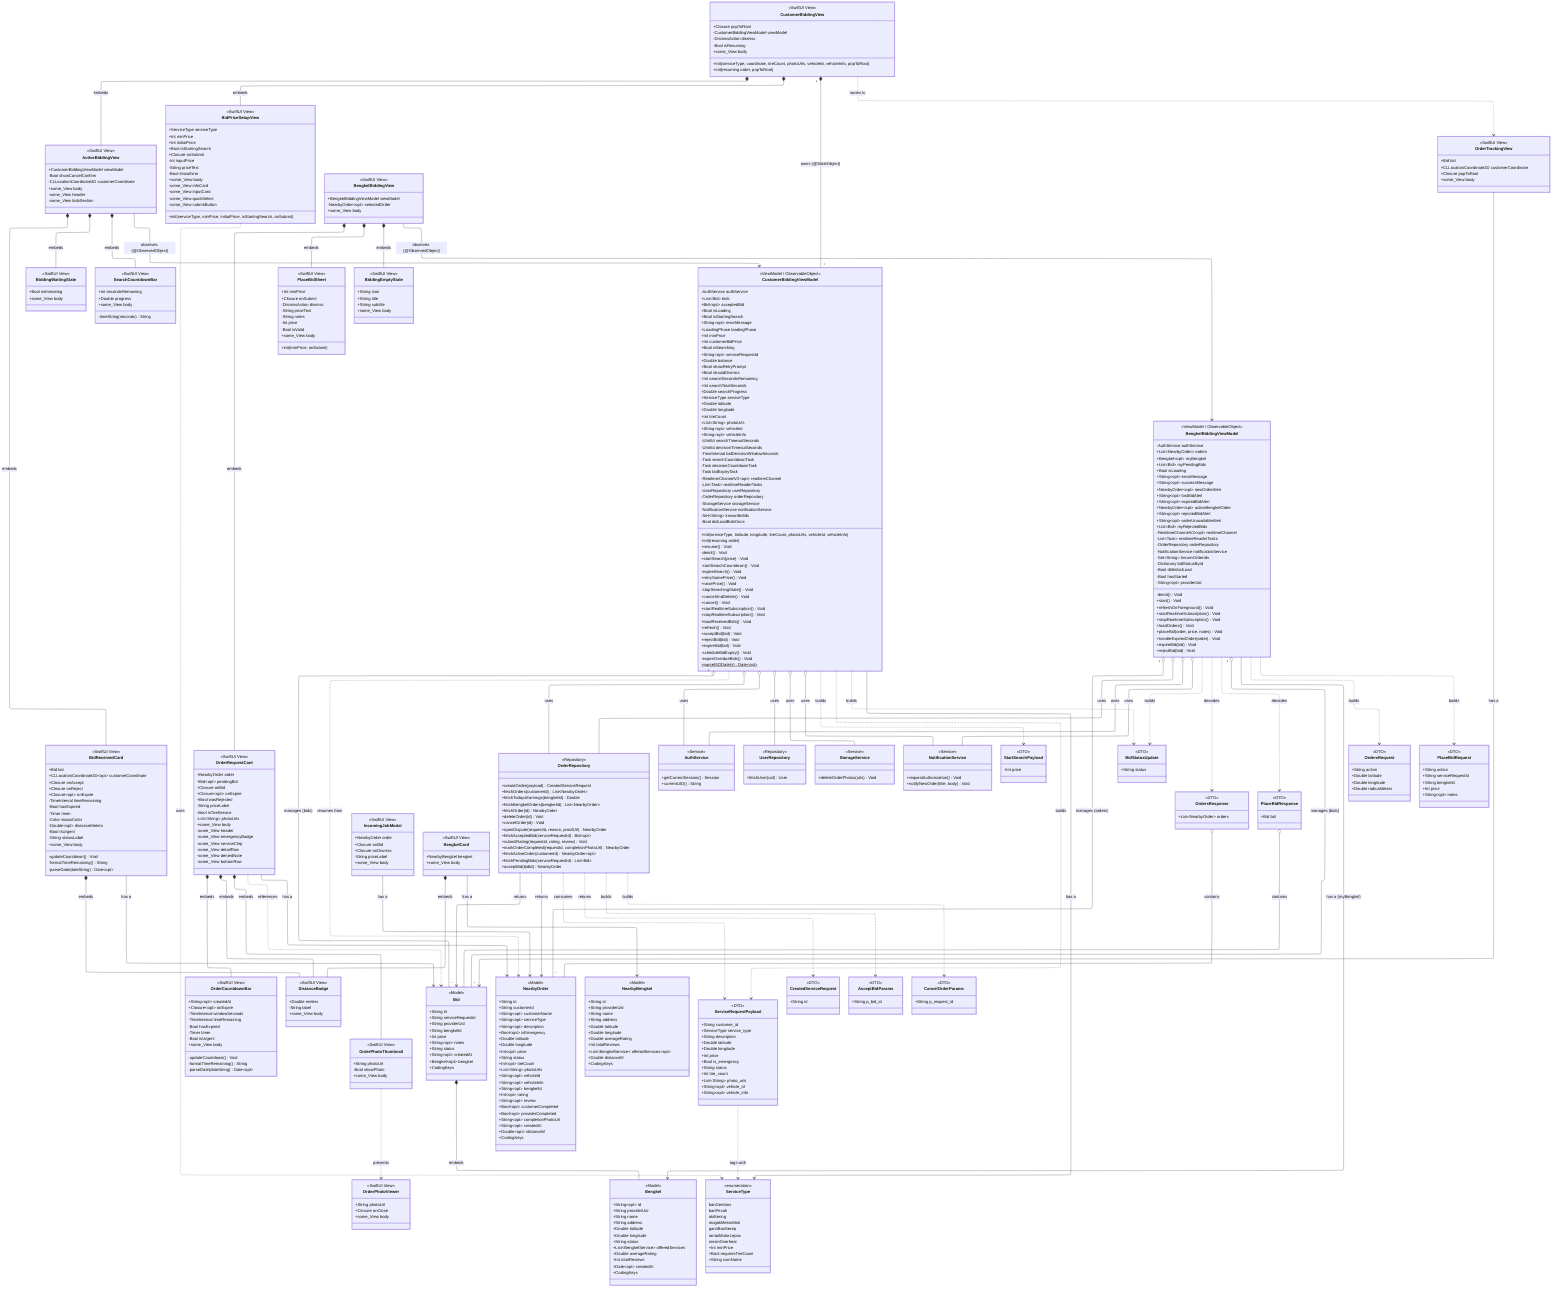
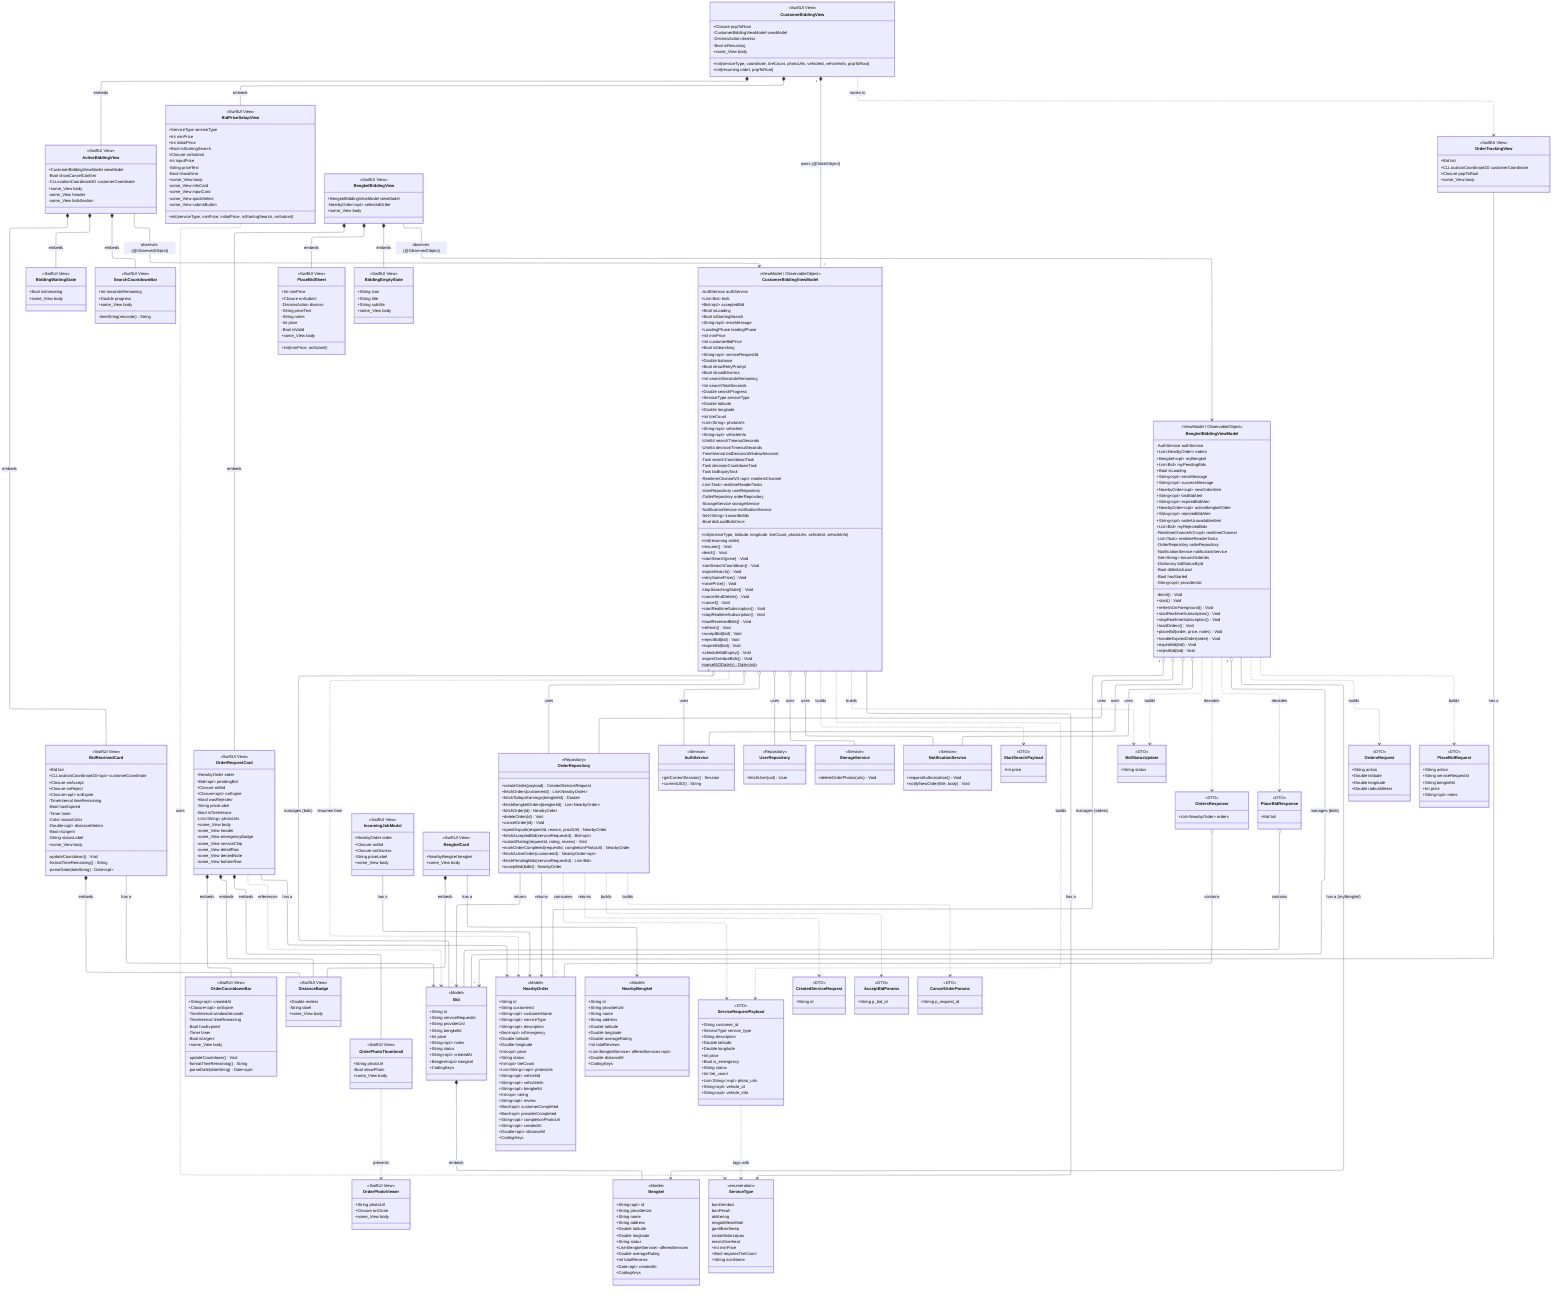
---
config:
  layout: elk
  elk:
    nodePlacementStrategy: NETWORK_SIMPLEX
    mergeEdges: false
    cycleBreakingStrategy: DEPTH_FIRST
---
classDiagram
    direction TB

    %% ============ CUSTOMER-SIDE VIEWS ============
    class CustomerBiddingView["CustomerBiddingView"] {
        <<SwiftUI View>>
        +Closure popToRoot
        -CustomerBiddingViewModel viewModel
        -DismissAction dismiss
        -Bool isResuming
        +init(serviceType, coordinate, tireCount, photoUrls, vehicleId, vehicleInfo, popToRoot)
        +init(resuming order, popToRoot)
        +some_View body
    }

    class ActiveBiddingView["ActiveBiddingView"] {
        <<SwiftUI View>>
        +CustomerBiddingViewModel viewModel
        -Bool showCancelConfirm
        -CLLocationCoordinate2D customerCoordinate
        +some_View body
        -some_View header
        -some_View bidsSection
    }

    class BidPriceSetupView["BidPriceSetupView"] {
        <<SwiftUI View>>
        +ServiceType serviceType
        +Int minPrice
        +Int initialPrice
        +Bool isStartingSearch
        +Closure onSubmit
        -Int inputPrice
        -String priceText
        -Bool showError
        +init(serviceType, minPrice, initialPrice, isStartingSearch, onSubmit)
        +some_View body
        -some_View infoCard
        -some_View inputCard
        -some_View quickSelect
        -some_View submitButton
    }

    class BiddingWaitingState["BiddingWaitingState"] {
        <<SwiftUI View>>
        +Bool isAnimating
        +some_View body
    }

    class SearchCountdownBar["SearchCountdownBar"] {
        <<SwiftUI View>>
        +Int secondsRemaining
        +Double progress
        +some_View body
        -timeString(seconds) String
    }

    class BidReceivedCard["BidReceivedCard"] {
        <<SwiftUI View>>
        +Bid bid
        +CLLocationCoordinate2D~opt~ customerCoordinate
        +Closure onAccept
        +Closure onReject
        +Closure~opt~ onExpire
        -TimeInterval timeRemaining
        -Bool hasExpired
        -Timer timer
        -Color statusColor
        -Double~opt~ distanceMeters
        -Bool isUrgent
        -String statusLabel
        +some_View body
        -updateCountdown() Void
        -formatTimeRemaining() String
        -parseDate(dateString) Date~opt~
    }

    %% ============ BENGKEL-SIDE VIEWS ============
    class BengkelBiddingView["BengkelBiddingView"] {
        <<SwiftUI View>>
        +BengkelBiddingViewModel viewModel
        -NearbyOrder~opt~ selectedOrder
        +some_View body
    }

    class OrderRequestCard["OrderRequestCard"] {
        <<SwiftUI View>>
        +NearbyOrder order
        +Bid~opt~ pendingBid
        +Closure onBid
        +Closure~opt~ onExpire
        +Bool wasRejected
        -String priceLabel
        -Bool isTireService
        -List~String~ photoUrls
        +some_View body
        -some_View header
        -some_View emergencyBadge
        -some_View serviceChip
        -some_View detailRow
        -some_View deniedNote
        -some_View bottomRow
    }

    class OrderCountdownBar["OrderCountdownBar"] {
        <<SwiftUI View>>
        +String~opt~ createdAt
        +Closure~opt~ onExpire
        -TimeInterval windowSeconds
        -TimeInterval timeRemaining
        -Bool hasExpired
        -Timer timer
        -Bool isUrgent
        +some_View body
        -updateCountdown() Void
        -formatTimeRemaining() String
        -parseDate(dateString) Date~opt~
    }

    class PlaceBidSheet["PlaceBidSheet"] {
        <<SwiftUI View>>
        +Int minPrice
        +Closure onSubmit
        -DismissAction dismiss
        -String priceText
        -String notes
        -Int price
        -Bool isValid
        +init(minPrice, onSubmit)
        +some_View body
    }

    class IncomingJobModal["IncomingJobModal"] {
        <<SwiftUI View>>
        +NearbyOrder order
        +Closure onBid
        +Closure onDismiss
        -String priceLabel
        +some_View body
    }

    class BengkelCard["BengkelCard"] {
        <<SwiftUI View>>
        +NearbyBengkel bengkel
        +some_View body
    }

    %% ============ SHARED COMPONENT VIEWS ============
    class BiddingEmptyState["BiddingEmptyState"] {
        <<SwiftUI View>>
        +String icon
        +String title
        +String subtitle
        +some_View body
    }

    class DistanceBadge["DistanceBadge"] {
        <<SwiftUI View>>
        +Double meters
        -String label
        +some_View body
    }

    class OrderPhotoThumbnail["OrderPhotoThumbnail"] {
        <<SwiftUI View>>
        +String photoUrl
        -Bool showPhoto
        +some_View body
    }

    class OrderPhotoViewer["OrderPhotoViewer"] {
        <<SwiftUI View>>
        +String photoUrl
        +Closure onClose
        +some_View body
    }

    class OrderTrackingView["OrderTrackingView"] {
        <<SwiftUI View>>
        +Bid bid
        +CLLocationCoordinate2D customerCoordinate
        +Closure popToRoot
        +some_View body
    }

    %% ============ VIEWMODELS ============
    class CustomerBiddingViewModel["CustomerBiddingViewModel"] {
        <<ViewModel / ObservableObject>>
        -AuthService authService
        +List~Bid~ bids
        +Bid~opt~ acceptedBid
        +Bool isLoading
        +Bool isStartingSearch
        +String~opt~ errorMessage
        +LoadingPhase loadingPhase
        +Int minPrice
        +Int customerBidPrice
        +Bool isSearching
        +String~opt~ serviceRequestId
        +Double balance
        +Bool showRetryPrompt
        +Bool shouldDismiss
        +Int searchSecondsRemaining
        +Int searchTotalSeconds
        +Double searchProgress
        +ServiceType serviceType
        +Double latitude
        +Double longitude
        +Int tireCount
        +List~String~ photoUrls
        +String~opt~ vehicleId
        +String~opt~ vehicleInfo
        -UInt64 searchTimeoutSeconds
        -UInt64 decisionTimeoutSeconds
        -TimeInterval bidDecisionWindowSeconds
        -Task searchCountdownTask
        -Task decisionCountdownTask
        -Task bidExpiryTask
        -RealtimeChannelV2~opt~ realtimeChannel
        -List~Task~ realtimeReaderTasks
        -UserRepository userRepository
        -OrderRepository orderRepository
        -StorageService storageService
        -NotificationService notificationService
        -Set~String~ knownBidIds
        -Bool didLoadBidsOnce
        +init(serviceType, latitude, longitude, tireCount, photoUrls, vehicleId, vehicleInfo)
        +init(resuming order)
        +resume() Void
        -deinit() Void
        +startSearch(price) Void
        -startSearchCountdown() Void
        -expireSearch() Void
        +retrySamePrice() Void
        +raisePrice() Void
        -stopSearchingState() Void
        +cancelAndDelete() Void
        +cancel() Void
        +startRealtimeSubscription() Void
        +stopRealtimeSubscription() Void
        +loadReceivedBids() Void
        +refresh() Void
        +acceptBid(bid) Void
        +rejectBid(bid) Void
        +expireBid(bid) Void
        -scheduleBidExpiry() Void
        -expireOverdueBids() Void
        +parseISODate(s)$ Date~opt~
    }

    class BengkelBiddingViewModel["BengkelBiddingViewModel"] {
        <<ViewModel / ObservableObject>>
        -AuthService authService
        +List~NearbyOrder~ orders
        +Bengkel~opt~ myBengkel
        +List~Bid~ myPendingBids
        +Bool isLoading
        +String~opt~ errorMessage
        +String~opt~ successMessage
        +NearbyOrder~opt~ newOrderAlert
        +String~opt~ lostBidAlert
        +String~opt~ expiredBidAlert
        +NearbyOrder~opt~ activeBengkelOrder
        +String~opt~ rejectedBidAlert
        +String~opt~ orderUnavailableAlert
        +List~Bid~ myRejectedBids
        -RealtimeChannelV2~opt~ realtimeChannel
        -List~Task~ realtimeReaderTasks
        -OrderRepository orderRepository
        -NotificationService notificationService
        -Set~String~ knownOrderIds
        -Dictionary bidStatusById
        -Bool didInitialLoad
        -Bool hasStarted
        -String~opt~ providerUid
        -deinit() Void
        +start() Void
        +refreshOnForeground() Void
        +startRealtimeSubscription() Void
        +stopRealtimeSubscription() Void
        +loadOrders() Void
        +placeBid(order, price, notes) Void
        +handleExpiredOrder(order) Void
        +expireBid(bid) Void
        +rejectBid(bid) Void
    }

    %% ============ REPOSITORY / SERVICES ============
    class OrderRepository["OrderRepository"] {
        <<Repository>>
        +createOrder(payload) CreatedServiceRequest
        +fetchOrders(customerId) List~NearbyOrder~
        +fetchTodaysEarnings(bengkelId) Double
        +fetchBengkelOrders(bengkelId) List~NearbyOrder~
        +fetchOrder(id) NearbyOrder
        +deleteOrder(id) Void
        +cancelOrder(id) Void
        +openDispute(requestId, reason, proofUrl) NearbyOrder
        +fetchAcceptedBid(serviceRequestId) Bid~opt~
        +submitRating(requestId, rating, review) Void
        +markOrderCompleted(requestId, completionPhotoUrl) NearbyOrder
        +fetchActiveOrder(customerId) NearbyOrder~opt~
        +fetchPendingBids(serviceRequestId) List~Bid~
        +acceptBid(bidId) NearbyOrder
    }

    class AuthService["AuthService"] {
        <<Service>>
        +getCurrentSession() Session
        +currentUID() String
    }

    class UserRepository["UserRepository"] {
        <<Repository>>
        +fetchUser(uid) User
    }

    class StorageService["StorageService"] {
        <<Service>>
        +deleteOrderPhotos(urls) Void
    }

    class NotificationService["NotificationService"] {
        <<Service>>
        +requestAuthorization() Void
        +notifyNewOrder(title, body) Void
    }

    %% ============ MODELS ============
    class Bid["Bid"] {
        <<Model>>
        +String id
        +String serviceRequestId
        +String providerUid
        +String bengkelId
        +Int price
        +String~opt~ notes
        +String status
        +String~opt~ createdAt
        +Bengkel~opt~ bengkel
        +CodingKeys
    }

    class NearbyOrder["NearbyOrder"] {
        <<Model>>
        +String id
        +String customerId
        +String~opt~ customerName
        +String~opt~ serviceType
        +String~opt~ description
        +Bool~opt~ isEmergency
        +Double latitude
        +Double longitude
        +Int~opt~ price
        +String status
        +Int~opt~ tireCount
-         +List~String~ photoUrls
+         +List~String~~opt~ photoUrls
        +String~opt~ vehicleId
        +String~opt~ vehicleInfo
        +String~opt~ bengkelId
        +Int~opt~ rating
        +String~opt~ review
        +Bool~opt~ customerCompleted
        +Bool~opt~ providerCompleted
        +String~opt~ completionPhotoUrl
        +String~opt~ createdAt
        +Double~opt~ distanceM
        +CodingKeys
    }

    class NearbyBengkel["NearbyBengkel"] {
        <<Model>>
        +String id
        +String providerUid
        +String name
        +String address
        +Double latitude
        +Double longitude
        +Double averageRating
        +Int totalReviews
        +List~BengkelService~ offeredServices~opt~
        +Double distanceM
        +CodingKeys
    }

    class Bengkel["Bengkel"] {
        <<Model>>
        +String~opt~ id
        +String providerUid
        +String name
        +String address
        +Double latitude
        +Double longitude
        +String status
        +List~BengkelService~ offeredServices
        +Double averageRating
        +Int totalReviews
        +Date~opt~ createdAt
        +CodingKeys
    }

    class ServiceType["ServiceType"] {
        <<enumeration>>
        banGembos
        banPecah
        akiKering
        mogokMesinMati
        gantiBanSerep
        rantaiMotorLepas
        mesinOverheat
        +Int minPrice
        +Bool requiresTireCount
        +String iconName
    }

    %% ============ DTOs ============
    class ServiceRequestPayload["ServiceRequestPayload"] {
        <<DTO>>
        +String customer_id
        +ServiceType service_type
        +String description
        +Double latitude
        +Double longitude
        +Int price
        +Bool is_emergency
        +String status
        +Int tire_count
-         +List~String~ photo_urls
+         +List~String~~opt~ photo_urls
        +String~opt~ vehicle_id
        +String~opt~ vehicle_info
    }

    class CreatedServiceRequest["CreatedServiceRequest"] {
        <<DTO>>
        +String id
    }

    class StartSearchPayload["StartSearchPayload"] {
        <<DTO>>
        +Int price
    }

    class BidStatusUpdate["BidStatusUpdate"] {
        <<DTO>>
        +String status
    }

    class AcceptBidParams["AcceptBidParams"] {
        <<DTO>>
        +String p_bid_id
    }

    class CancelOrderParams["CancelOrderParams"] {
        <<DTO>>
        +String p_request_id
    }

    class OrdersRequest["OrdersRequest"] {
        <<DTO>>
        +String action
        +Double latitude
        +Double longitude
        +Double radiusMeters
    }

    class OrdersResponse["OrdersResponse"] {
        <<DTO>>
        +List~NearbyOrder~ orders
    }

    class PlaceBidRequest["PlaceBidRequest"] {
        <<DTO>>
        +String action
        +String serviceRequestId
        +String bengkelId
        +Int price
        +String~opt~ notes
    }

    class PlaceBidResponse["PlaceBidResponse"] {
        <<DTO>>
        +Bid bid
    }

    %% ============ VIEW -> VIEWMODEL ============
    CustomerBiddingView "1" *-- "1" CustomerBiddingViewModel : owns (@StateObject)
    ActiveBiddingView --> CustomerBiddingViewModel : observes (@ObservedObject)
    BengkelBiddingView --> BengkelBiddingViewModel : observes (@ObservedObject)

    %% ============ VIEW -> VIEW (embeds / routes) ============
    CustomerBiddingView *-- BidPriceSetupView : embeds
    CustomerBiddingView *-- ActiveBiddingView : embeds
    CustomerBiddingView ..> OrderTrackingView : routes to
    ActiveBiddingView *-- BiddingWaitingState : embeds
    ActiveBiddingView *-- SearchCountdownBar : embeds
    ActiveBiddingView *-- BidReceivedCard : embeds
    BengkelBiddingView *-- BiddingEmptyState : embeds
    BengkelBiddingView *-- OrderRequestCard : embeds
    BengkelBiddingView *-- PlaceBidSheet : embeds
    OrderRequestCard *-- OrderCountdownBar : embeds
    OrderRequestCard *-- OrderPhotoThumbnail : embeds
    OrderRequestCard *-- DistanceBadge : embeds
    BidReceivedCard *-- DistanceBadge : embeds
    BengkelCard *-- DistanceBadge : embeds
    OrderPhotoThumbnail ..> OrderPhotoViewer : presents

    %% ============ VIEW -> MODEL (has a) ============
    BidReceivedCard --> Bid : has a
    OrderRequestCard --> NearbyOrder : has a
    OrderRequestCard ..> Bid : references
    IncomingJobModal --> NearbyOrder : has a
    BengkelCard --> NearbyBengkel : has a
    BidPriceSetupView ..> ServiceType : uses
    OrderTrackingView --> Bid : has a

    %% ============ VIEWMODEL -> MODEL (manages / has a) ============
    CustomerBiddingViewModel "1" o-- "*" Bid : manages (bids)
    CustomerBiddingViewModel --> ServiceType : has a
    CustomerBiddingViewModel ..> NearbyOrder : resumes from
    BengkelBiddingViewModel "1" o-- "*" NearbyOrder : manages (orders)
    BengkelBiddingViewModel "1" o-- "*" Bid : manages (bids)
    BengkelBiddingViewModel --> Bengkel : has a (myBengkel)

    %% ============ VIEWMODEL -> SERVICE / REPOSITORY (uses) ============
    CustomerBiddingViewModel o-- OrderRepository : uses
    CustomerBiddingViewModel o-- UserRepository : uses
    CustomerBiddingViewModel o-- AuthService : uses
    CustomerBiddingViewModel o-- StorageService : uses
    CustomerBiddingViewModel o-- NotificationService : uses
    BengkelBiddingViewModel o-- OrderRepository : uses
    BengkelBiddingViewModel o-- AuthService : uses
    BengkelBiddingViewModel o-- NotificationService : uses

    %% ============ VIEWMODEL -> DTO (builds / decodes) ============
    CustomerBiddingViewModel ..> ServiceRequestPayload : builds
    CustomerBiddingViewModel ..> StartSearchPayload : builds
    CustomerBiddingViewModel ..> BidStatusUpdate : builds
    BengkelBiddingViewModel ..> OrdersRequest : builds
    BengkelBiddingViewModel ..> OrdersResponse : decodes
    BengkelBiddingViewModel ..> PlaceBidRequest : builds
    BengkelBiddingViewModel ..> PlaceBidResponse : decodes
    BengkelBiddingViewModel ..> BidStatusUpdate : builds

    %% ============ REPOSITORY -> DTO / MODEL ============
    OrderRepository ..> ServiceRequestPayload : consumes
    OrderRepository ..> CreatedServiceRequest : returns
    OrderRepository ..> AcceptBidParams : builds
    OrderRepository ..> CancelOrderParams : builds
    OrderRepository --> Bid : returns
    OrderRepository --> NearbyOrder : returns

    %% ============ MODEL / DTO COMPOSITION ============
    Bid *-- Bengkel : embeds
    ServiceRequestPayload ..> ServiceType : tags with
    OrdersResponse o-- NearbyOrder : contains
    PlaceBidResponse o-- Bid : contains
